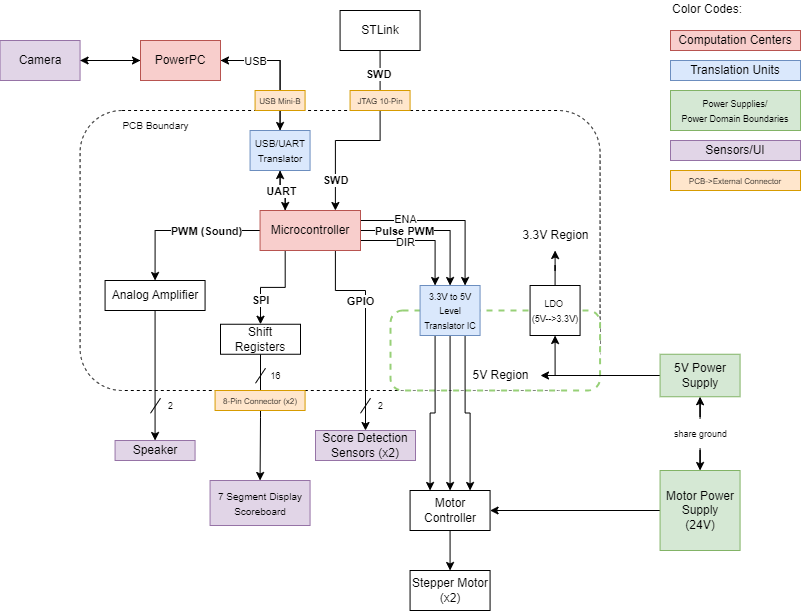
This is Hardware/477 Electrical Overview.drawio.png from CameronMccutcheon02/ECE477, a draw.io export, as it was before one commit. Source tidied: cells renumbered, new cells last; positions are measured from the earlier drawing's top-left corner, leaving out a move shared by most shapes. Its diagram source:
```xml
<mxGraphModel>
  <root>
    <mxCell id="0" />
    <mxCell id="1" parent="0" />
    <mxCell id="2" style="rounded=1;whiteSpace=wrap;html=1;dashed=1;" parent="1" vertex="1">
      <mxGeometry x="79.6" y="110" width="520" height="280" as="geometry" />
    </mxCell>
    <mxCell id="3" style="rounded=1;whiteSpace=wrap;html=1;dashed=1;strokeColor=#97D077;strokeWidth=2;fillColor=default;perimeterSpacing=0;" parent="1" vertex="1">
      <mxGeometry x="390" y="310" width="209.6" height="80" as="geometry" />
    </mxCell>
    <mxCell id="4" style="edgeStyle=orthogonalEdgeStyle;rounded=0;jettySize=auto;html=1;exitX=1;exitY=0.5;exitDx=0;exitDy=0;entryX=0.5;entryY=0;entryDx=0;entryDy=0;" parent="1" edge="1" source="6" target="29">
      <mxGeometry relative="1" as="geometry" />
    </mxCell>
    <mxCell id="5" style="edgeStyle=orthogonalEdgeStyle;rounded=0;jettySize=auto;html=1;exitX=0;exitY=0.5;exitDx=0;exitDy=0;entryX=1;entryY=0.5;entryDx=0;entryDy=0;" parent="1" edge="1" source="6" target="24">
      <mxGeometry relative="1" as="geometry" />
    </mxCell>
    <mxCell id="6" value="PowerPC" style="rounded=0;whiteSpace=wrap;html=1;fillColor=#f8cecc;strokeColor=#b85450;" parent="1" vertex="1">
      <mxGeometry x="140" y="40" width="80" height="40" as="geometry" />
    </mxCell>
    <mxCell id="7" style="edgeStyle=orthogonalEdgeStyle;rounded=0;jettySize=auto;html=1;exitX=0.25;exitY=0;exitDx=0;exitDy=0;entryX=0.5;entryY=1;entryDx=0;entryDy=0;" parent="1" edge="1" source="20" target="29">
      <mxGeometry relative="1" as="geometry" />
    </mxCell>
    <mxCell id="8" style="edgeStyle=orthogonalEdgeStyle;rounded=0;jettySize=auto;html=1;exitX=1;exitY=0.5;exitDx=0;exitDy=0;entryX=0.5;entryY=0;entryDx=0;entryDy=0;" parent="1" edge="1" source="20" target="35">
      <mxGeometry relative="1" as="geometry" />
    </mxCell>
    <mxCell id="9" value="Pulse PWM" style="edgeLabel;html=1;align=center;verticalAlign=middle;fontStyle=1;" parent="8" vertex="1">
      <mxGeometry x="-0.34" y="1" relative="1" as="geometry">
        <mxPoint x="-5" y="1" as="offset" />
      </mxGeometry>
    </mxCell>
    <mxCell id="10" style="edgeStyle=orthogonalEdgeStyle;rounded=0;jettySize=auto;html=1;exitX=0.75;exitY=1;exitDx=0;exitDy=0;entryX=0.5;entryY=0;entryDx=0;entryDy=0;" parent="1" edge="1" source="20" target="38">
      <mxGeometry relative="1" as="geometry">
        <Array as="points">
          <mxPoint x="335" y="290" />
          <mxPoint x="365" y="290" />
        </Array>
      </mxGeometry>
    </mxCell>
    <mxCell id="11" value="GPIO" style="edgeLabel;html=1;align=center;verticalAlign=middle;fontStyle=1;" parent="10" vertex="1">
      <mxGeometry x="-0.6" y="-1" relative="1" as="geometry">
        <mxPoint x="23" y="9" as="offset" />
      </mxGeometry>
    </mxCell>
    <mxCell id="12" style="edgeStyle=orthogonalEdgeStyle;rounded=0;jettySize=auto;html=1;exitX=0.25;exitY=1;exitDx=0;exitDy=0;entryX=0.5;entryY=0;entryDx=0;entryDy=0;" parent="1" edge="1" source="20" target="41">
      <mxGeometry relative="1" as="geometry" />
    </mxCell>
    <mxCell id="13" value="SPI" style="edgeLabel;html=1;align=center;verticalAlign=middle;fontStyle=1;" parent="12" vertex="1">
      <mxGeometry x="0.1" y="1" relative="1" as="geometry">
        <mxPoint x="-8" y="12" as="offset" />
      </mxGeometry>
    </mxCell>
    <mxCell id="14" style="edgeStyle=orthogonalEdgeStyle;rounded=0;jettySize=auto;html=1;exitX=0;exitY=0.5;exitDx=0;exitDy=0;entryX=0.5;entryY=0;entryDx=0;entryDy=0;" parent="1" edge="1" source="20" target="67">
      <mxGeometry relative="1" as="geometry" />
    </mxCell>
    <mxCell id="15" value="PWM (Sound)" style="edgeLabel;html=1;align=center;verticalAlign=middle;fontStyle=1;" parent="14" vertex="1">
      <mxGeometry x="-0.09" relative="1" as="geometry">
        <mxPoint x="17" as="offset" />
      </mxGeometry>
    </mxCell>
    <mxCell id="16" style="edgeStyle=orthogonalEdgeStyle;rounded=0;jettySize=auto;html=1;exitX=1;exitY=0.75;exitDx=0;exitDy=0;entryX=0.25;entryY=0;entryDx=0;entryDy=0;" parent="1" edge="1" source="20" target="35">
      <mxGeometry relative="1" as="geometry" />
    </mxCell>
    <mxCell id="17" value="DIR" style="edgeLabel;html=1;align=center;verticalAlign=middle;" parent="16" vertex="1">
      <mxGeometry x="-0.27" relative="1" as="geometry">
        <mxPoint y="1" as="offset" />
      </mxGeometry>
    </mxCell>
    <mxCell id="18" style="edgeStyle=orthogonalEdgeStyle;rounded=0;jettySize=auto;html=1;exitX=1;exitY=0.25;exitDx=0;exitDy=0;entryX=0.75;entryY=0;entryDx=0;entryDy=0;" parent="1" edge="1" source="20" target="35">
      <mxGeometry relative="1" as="geometry" />
    </mxCell>
    <mxCell id="19" value="ENA" style="edgeLabel;html=1;align=center;verticalAlign=middle;" parent="18" vertex="1">
      <mxGeometry x="-0.65" y="1" relative="1" as="geometry">
        <mxPoint x="14" y="-1" as="offset" />
      </mxGeometry>
    </mxCell>
    <mxCell id="20" value="Microcontroller" style="whiteSpace=wrap;html=1;fillColor=#f8cecc;strokeColor=#b85450;" parent="1" vertex="1">
      <mxGeometry x="259.6" y="210" width="100.4" height="40" as="geometry" />
    </mxCell>
    <mxCell id="21" style="edgeStyle=orthogonalEdgeStyle;rounded=0;jettySize=auto;html=1;exitX=0.5;exitY=1;exitDx=0;exitDy=0;entryX=0.5;entryY=0;entryDx=0;entryDy=0;" parent="1" edge="1" source="22" target="36">
      <mxGeometry relative="1" as="geometry" />
    </mxCell>
    <mxCell id="22" value="Motor Controller" style="whiteSpace=wrap;html=1;" parent="1" vertex="1">
      <mxGeometry x="409.6" y="490" width="80" height="40" as="geometry" />
    </mxCell>
    <mxCell id="23" style="edgeStyle=orthogonalEdgeStyle;rounded=0;jettySize=auto;html=1;exitX=1;exitY=0.5;exitDx=0;exitDy=0;entryX=0;entryY=0.5;entryDx=0;entryDy=0;" parent="1" edge="1" source="24" target="6">
      <mxGeometry relative="1" as="geometry" />
    </mxCell>
    <mxCell id="24" value="Camera" style="whiteSpace=wrap;html=1;fillColor=#e1d5e7;strokeColor=#9673a6;" parent="1" vertex="1">
      <mxGeometry x="-0.4" y="40" width="80" height="40" as="geometry" />
    </mxCell>
    <mxCell id="25" style="edgeStyle=orthogonalEdgeStyle;rounded=0;jettySize=auto;html=1;exitX=0.5;exitY=1;exitDx=0;exitDy=0;entryX=0.25;entryY=0;entryDx=0;entryDy=0;" parent="1" edge="1" source="29" target="20">
      <mxGeometry relative="1" as="geometry" />
    </mxCell>
    <mxCell id="26" value="UART" style="edgeLabel;html=1;align=center;verticalAlign=middle;fontStyle=1;" parent="25" vertex="1">
      <mxGeometry x="-0.09" relative="1" as="geometry" />
    </mxCell>
    <mxCell id="27" style="edgeStyle=orthogonalEdgeStyle;rounded=0;jettySize=auto;html=1;exitX=0.5;exitY=0;exitDx=0;exitDy=0;entryX=1;entryY=0.5;entryDx=0;entryDy=0;" parent="1" edge="1" source="29" target="6">
      <mxGeometry relative="1" as="geometry" />
    </mxCell>
    <mxCell id="28" value="USB" style="edgeLabel;html=1;align=center;verticalAlign=middle;" parent="27" vertex="1">
      <mxGeometry x="0.51" y="-2" relative="1" as="geometry">
        <mxPoint x="3" y="2" as="offset" />
      </mxGeometry>
    </mxCell>
    <mxCell id="29" value="&lt;font style=&quot;font-size: 10px;&quot;&gt;USB/UART Translator&lt;/font&gt;" style="rounded=0;whiteSpace=wrap;html=1;fillColor=#dae8fc;strokeColor=#6c8ebf;" parent="1" vertex="1">
      <mxGeometry x="249.6" y="130" width="60" height="40" as="geometry" />
    </mxCell>
    <mxCell id="30" style="edgeStyle=orthogonalEdgeStyle;rounded=0;jettySize=auto;html=1;exitX=0;exitY=0.5;exitDx=0;exitDy=0;entryX=1;entryY=0.5;entryDx=0;entryDy=0;" parent="1" edge="1" source="31" target="22">
      <mxGeometry relative="1" as="geometry" />
    </mxCell>
    <mxCell id="31" value="Motor Power Supply&lt;br&gt;(24V)" style="whiteSpace=wrap;html=1;fillColor=#d5e8d4;strokeColor=#82b366;" parent="1" vertex="1">
      <mxGeometry x="659.6" y="470" width="80" height="80" as="geometry" />
    </mxCell>
    <mxCell id="32" style="edgeStyle=orthogonalEdgeStyle;rounded=0;jettySize=auto;html=1;exitX=0.5;exitY=1;exitDx=0;exitDy=0;entryX=0.5;entryY=0;entryDx=0;entryDy=0;" parent="1" edge="1" source="35" target="22">
      <mxGeometry relative="1" as="geometry" />
    </mxCell>
    <mxCell id="33" style="edgeStyle=orthogonalEdgeStyle;rounded=0;jettySize=auto;html=1;exitX=0.75;exitY=1;exitDx=0;exitDy=0;entryX=0.75;entryY=0;entryDx=0;entryDy=0;" parent="1" edge="1" source="35" target="22">
      <mxGeometry relative="1" as="geometry" />
    </mxCell>
    <mxCell id="34" style="edgeStyle=orthogonalEdgeStyle;rounded=0;jettySize=auto;html=1;exitX=0.25;exitY=1;exitDx=0;exitDy=0;entryX=0.25;entryY=0;entryDx=0;entryDy=0;" parent="1" edge="1" source="35" target="22">
      <mxGeometry relative="1" as="geometry" />
    </mxCell>
    <mxCell id="35" value="&lt;font style=&quot;font-size: 9px;&quot;&gt;3.3V to 5V Level Translator IC&lt;/font&gt;" style="rounded=0;whiteSpace=wrap;html=1;fillColor=#dae8fc;strokeColor=#6c8ebf;" parent="1" vertex="1">
      <mxGeometry x="419.6" y="285" width="60" height="50" as="geometry" />
    </mxCell>
    <mxCell id="36" value="Stepper Motor (x2)" style="whiteSpace=wrap;html=1;" parent="1" vertex="1">
      <mxGeometry x="409.6" y="570" width="80" height="40" as="geometry" />
    </mxCell>
    <mxCell id="37" value="&lt;font style=&quot;font-size: 10px;&quot;&gt;PCB Boundary&lt;/font&gt;" style="text;html=1;align=center;verticalAlign=middle;strokeColor=none;fillColor=none;" parent="1" vertex="1">
      <mxGeometry x="109.6" y="110" width="90" height="30" as="geometry" />
    </mxCell>
    <mxCell id="38" value="Score Detection Sensors (x2)" style="whiteSpace=wrap;html=1;fillColor=#e1d5e7;strokeColor=#9673a6;" parent="1" vertex="1">
      <mxGeometry x="315" y="430" width="100" height="30" as="geometry" />
    </mxCell>
    <mxCell id="39" value="&lt;font style=&quot;font-size: 10px;&quot;&gt;7 Segment Display Scoreboard&lt;/font&gt;" style="whiteSpace=wrap;html=1;fillColor=#e1d5e7;strokeColor=#9673a6;" parent="1" vertex="1">
      <mxGeometry x="209.6" y="480" width="100" height="45" as="geometry" />
    </mxCell>
    <mxCell id="40" style="edgeStyle=orthogonalEdgeStyle;rounded=0;jettySize=auto;html=1;exitX=0.5;exitY=1;exitDx=0;exitDy=0;entryX=0.5;entryY=0;entryDx=0;entryDy=0;" parent="1" edge="1" source="41" target="39">
      <mxGeometry relative="1" as="geometry" />
    </mxCell>
    <mxCell id="41" value="Shift Registers" style="whiteSpace=wrap;html=1;" parent="1" vertex="1">
      <mxGeometry x="220" y="323.8" width="80" height="30" as="geometry" />
    </mxCell>
    <mxCell id="42" value="3.3V Region" style="text;html=1;align=center;verticalAlign=middle;points=[];strokeColor=none;fillColor=none;" parent="1" vertex="1">
      <mxGeometry x="509.6" y="220" width="90" height="30" as="geometry" />
    </mxCell>
    <mxCell id="43" style="edgeStyle=orthogonalEdgeStyle;rounded=0;jettySize=auto;html=1;exitX=0;exitY=0.5;exitDx=0;exitDy=0;entryX=0.5;entryY=1;entryDx=0;entryDy=0;" parent="1" edge="1" source="45" target="47">
      <mxGeometry relative="1" as="geometry" />
    </mxCell>
    <mxCell id="44" style="edgeStyle=orthogonalEdgeStyle;rounded=0;jettySize=auto;html=1;exitX=0;exitY=0.5;exitDx=0;exitDy=0;" parent="1" edge="1" source="45" target="48">
      <mxGeometry relative="1" as="geometry" />
    </mxCell>
    <mxCell id="45" value="5V Power Supply" style="whiteSpace=wrap;html=1;fillColor=#d5e8d4;strokeColor=#82b366;" parent="1" vertex="1">
      <mxGeometry x="659.6" y="353.8" width="80" height="42.5" as="geometry" />
    </mxCell>
    <mxCell id="46" style="edgeStyle=orthogonalEdgeStyle;rounded=0;jettySize=auto;html=1;exitX=0.5;exitY=0;exitDx=0;exitDy=0;" parent="1" edge="1" source="47" target="42">
      <mxGeometry relative="1" as="geometry" />
    </mxCell>
    <mxCell id="47" value="&lt;font style=&quot;font-size: 9px;&quot;&gt;LDO&amp;nbsp;&lt;br&gt;(5V--&amp;gt;3.3V)&lt;/font&gt;" style="whiteSpace=wrap;html=1;" parent="1" vertex="1">
      <mxGeometry x="529.6" y="285" width="50" height="50" as="geometry" />
    </mxCell>
    <mxCell id="48" value="5V Region" style="text;html=1;align=center;verticalAlign=middle;points=[];strokeColor=none;fillColor=none;" parent="1" vertex="1">
      <mxGeometry x="460" y="360" width="80" height="30" as="geometry" />
    </mxCell>
    <mxCell id="49" style="edgeStyle=orthogonalEdgeStyle;rounded=0;jettySize=auto;html=1;entryX=0.5;entryY=0;entryDx=0;entryDy=0;" parent="1" edge="1" source="51" target="31">
      <mxGeometry relative="1" as="geometry" />
    </mxCell>
    <mxCell id="50" style="edgeStyle=orthogonalEdgeStyle;rounded=0;jettySize=auto;html=1;entryX=0.5;entryY=1;entryDx=0;entryDy=0;" parent="1" edge="1" source="51" target="45">
      <mxGeometry relative="1" as="geometry" />
    </mxCell>
    <mxCell id="51" value="&lt;font style=&quot;font-size: 9px;&quot;&gt;share ground&lt;/font&gt;" style="text;html=1;align=center;verticalAlign=middle;points=[];strokeColor=none;fillColor=none;" parent="1" vertex="1">
      <mxGeometry x="659.6" y="418" width="80" height="30" as="geometry" />
    </mxCell>
    <mxCell id="52" style="edgeStyle=orthogonalEdgeStyle;rounded=0;jettySize=auto;html=1;exitX=0.5;exitY=1;exitDx=0;exitDy=0;entryX=0.75;entryY=0;entryDx=0;entryDy=0;" parent="1" edge="1" source="55" target="20">
      <mxGeometry relative="1" as="geometry">
        <Array as="points">
          <mxPoint x="379.6" y="140" />
          <mxPoint x="334.6" y="140" />
        </Array>
      </mxGeometry>
    </mxCell>
    <mxCell id="53" value="SWD" style="edgeLabel;html=1;align=center;verticalAlign=middle;fontStyle=1;" parent="52" vertex="1">
      <mxGeometry x="-0.78" y="-2" relative="1" as="geometry" />
    </mxCell>
    <mxCell id="54" value="SWD" style="edgeLabel;html=1;align=center;verticalAlign=middle;fontStyle=1;" parent="52" vertex="1">
      <mxGeometry x="0.53" relative="1" as="geometry">
        <mxPoint y="18" as="offset" />
      </mxGeometry>
    </mxCell>
    <mxCell id="55" value="STLink" style="whiteSpace=wrap;html=1;" parent="1" vertex="1">
      <mxGeometry x="339.6" y="10" width="80" height="40" as="geometry" />
    </mxCell>
    <mxCell id="56" value="&lt;font style=&quot;font-size: 8px;&quot;&gt;USB Mini-B&lt;/font&gt;" style="whiteSpace=wrap;html=1;fillColor=#ffe6cc;strokeColor=#d79b00;" parent="1" vertex="1">
      <mxGeometry x="254.6" y="90" width="50" height="20" as="geometry" />
    </mxCell>
    <mxCell id="57" value="&lt;font style=&quot;font-size: 8px;&quot;&gt;JTAG 10-Pin&lt;/font&gt;" style="whiteSpace=wrap;html=1;fillColor=#ffe6cc;strokeColor=#d79b00;" parent="1" vertex="1">
      <mxGeometry x="349.6" y="90" width="60" height="20" as="geometry" />
    </mxCell>
    <mxCell id="58" value="&lt;font style=&quot;font-size: 8px;&quot;&gt;8-Pin Connector (x2)&lt;/font&gt;" style="whiteSpace=wrap;html=1;fillColor=#ffe6cc;strokeColor=#d79b00;" parent="1" vertex="1">
      <mxGeometry x="214.6" y="390" width="90" height="20" as="geometry" />
    </mxCell>
    <mxCell id="59" style="group;" parent="1" vertex="1">
      <mxGeometry x="670" width="130" height="190" as="geometry" />
    </mxCell>
    <mxCell id="60" value="&lt;font style=&quot;font-size: 8px;&quot;&gt;PCB-&amp;gt;External Connector&lt;/font&gt;" style="whiteSpace=wrap;html=1;fillColor=#ffe6cc;strokeColor=#d79b00;" parent="59" vertex="1">
      <mxGeometry y="170" width="130" height="20" as="geometry" />
    </mxCell>
    <mxCell id="61" value="Color Codes:&lt;br&gt;" style="text;html=1;align=left;verticalAlign=middle;strokeColor=none;fillColor=none;" parent="59" vertex="1">
      <mxGeometry width="80" height="17" as="geometry" />
    </mxCell>
    <mxCell id="62" value="Computation Centers" style="whiteSpace=wrap;html=1;fillColor=#f8cecc;strokeColor=#b85450;" parent="59" vertex="1">
      <mxGeometry y="30" width="130" height="20" as="geometry" />
    </mxCell>
    <mxCell id="63" value="Translation Units" style="whiteSpace=wrap;html=1;fillColor=#dae8fc;strokeColor=#6c8ebf;" parent="59" vertex="1">
      <mxGeometry y="60" width="130" height="20" as="geometry" />
    </mxCell>
    <mxCell id="64" value="&lt;font style=&quot;font-size: 9px;&quot;&gt;Power Supplies/&lt;br&gt;Power Domain Boundaries&lt;/font&gt;" style="whiteSpace=wrap;html=1;fillColor=#d5e8d4;strokeColor=#82b366;" parent="59" vertex="1">
      <mxGeometry y="90" width="130" height="40" as="geometry" />
    </mxCell>
    <mxCell id="65" value="Sensors/UI" style="whiteSpace=wrap;html=1;fillColor=#e1d5e7;strokeColor=#9673a6;" parent="59" vertex="1">
      <mxGeometry y="140" width="130" height="20" as="geometry" />
    </mxCell>
    <mxCell id="66" style="edgeStyle=orthogonalEdgeStyle;rounded=0;jettySize=auto;html=1;exitX=0.5;exitY=1;exitDx=0;exitDy=0;entryX=0.5;entryY=0;entryDx=0;entryDy=0;" parent="1" edge="1" source="67" target="68">
      <mxGeometry relative="1" as="geometry" />
    </mxCell>
    <mxCell id="67" value="Analog Amplifier" style="whiteSpace=wrap;html=1;" parent="1" vertex="1">
      <mxGeometry x="104.6" y="280" width="100" height="30" as="geometry" />
    </mxCell>
    <mxCell id="68" value="Speaker" style="whiteSpace=wrap;html=1;fillColor=#e1d5e7;strokeColor=#9673a6;" parent="1" vertex="1">
      <mxGeometry x="114.6" y="440" width="80" height="20" as="geometry" />
    </mxCell>
    <mxCell id="69" style="group;" parent="1" vertex="1">
      <mxGeometry x="360" y="390" width="39" height="30" as="geometry" />
    </mxCell>
    <mxCell id="70" style="endArrow=none;html=1;rounded=0;" parent="69" edge="1">
      <mxGeometry relative="1" as="geometry">
        <mxPoint y="22.8" as="sourcePoint" />
        <mxPoint x="10" y="7.8" as="targetPoint" />
      </mxGeometry>
    </mxCell>
    <mxCell id="71" value="&lt;font style=&quot;font-size: 9px;&quot;&gt;2&lt;/font&gt;" style="text;html=1;align=center;verticalAlign=middle;strokeColor=none;fillColor=none;" parent="69" vertex="1">
      <mxGeometry x="4.5" width="30" height="30" as="geometry" />
    </mxCell>
    <mxCell id="72" style="group;" parent="1" vertex="1">
      <mxGeometry x="150" y="390" width="39" height="30" as="geometry" />
    </mxCell>
    <mxCell id="73" style="endArrow=none;html=1;rounded=0;" parent="72" edge="1">
      <mxGeometry relative="1" as="geometry">
        <mxPoint y="22.8" as="sourcePoint" />
        <mxPoint x="10" y="7.8" as="targetPoint" />
      </mxGeometry>
    </mxCell>
    <mxCell id="74" value="&lt;font style=&quot;font-size: 9px;&quot;&gt;2&lt;/font&gt;" style="text;html=1;align=center;verticalAlign=middle;strokeColor=none;fillColor=none;" parent="72" vertex="1">
      <mxGeometry x="4.5" width="30" height="30" as="geometry" />
    </mxCell>
    <mxCell id="75" style="group;" parent="1" vertex="1">
      <mxGeometry x="255" y="360" width="39" height="30" as="geometry" />
    </mxCell>
    <mxCell id="76" style="endArrow=none;html=1;rounded=0;" parent="75" edge="1">
      <mxGeometry relative="1" as="geometry">
        <mxPoint y="22.8" as="sourcePoint" />
        <mxPoint x="10" y="7.8" as="targetPoint" />
      </mxGeometry>
    </mxCell>
    <mxCell id="77" value="&lt;font style=&quot;font-size: 9px;&quot;&gt;16&lt;br&gt;&lt;/font&gt;" style="text;html=1;align=center;verticalAlign=middle;strokeColor=none;fillColor=none;" parent="75" vertex="1">
      <mxGeometry x="4.5" width="30" height="30" as="geometry" />
    </mxCell>
  </root>
</mxGraphModel>
```
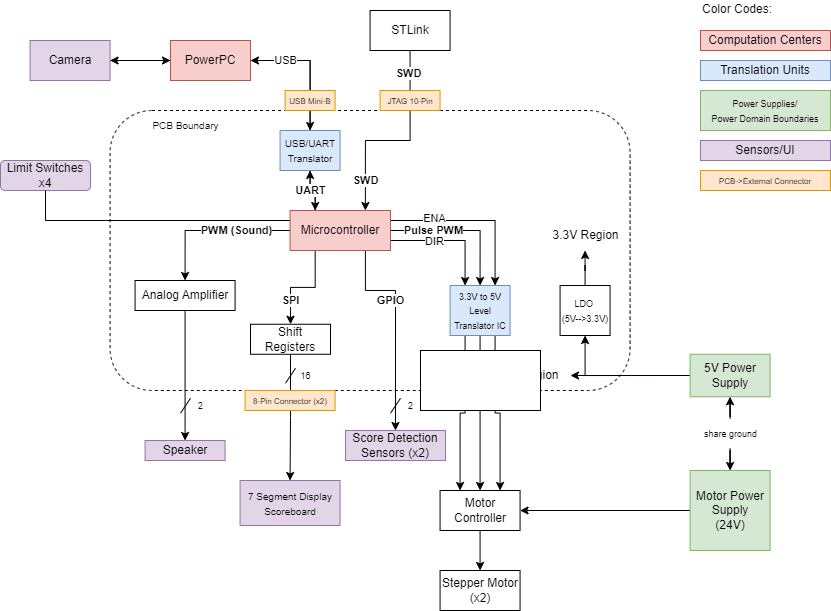
Above is the later version.

What changed in the source:
```diff
@@ -5,8 +5,8 @@
     <mxCell id="2" style="rounded=1;whiteSpace=wrap;html=1;dashed=1;" parent="1" vertex="1">
       <mxGeometry x="79.6" y="110" width="520" height="280" as="geometry" />
     </mxCell>
-    <mxCell id="3" style="rounded=1;whiteSpace=wrap;html=1;dashed=1;strokeColor=#97D077;strokeWidth=2;fillColor=default;perimeterSpacing=0;" parent="1" vertex="1">
-      <mxGeometry x="390" y="310" width="209.6" height="80" as="geometry" />
+    <mxCell id="3" value="Limit Switches x4" style="rounded=1;whiteSpace=wrap;html=1;strokeColor=#9673a6;strokeWidth=1;fillColor=#e1d5e7;perimeterSpacing=0;" parent="1" vertex="1">
+      <mxGeometry x="-30" y="160" width="90" height="30" as="geometry" />
     </mxCell>
     <mxCell id="4" style="edgeStyle=orthogonalEdgeStyle;rounded=0;jettySize=auto;html=1;exitX=1;exitY=0.5;exitDx=0;exitDy=0;entryX=0.5;entryY=0;entryDx=0;entryDy=0;" parent="1" edge="1" source="6" target="29">
       <mxGeometry relative="1" as="geometry" />
@@ -73,6 +73,9 @@
         <mxPoint x="14" y="-1" as="offset" />
       </mxGeometry>
     </mxCell>
+    <mxCell id="78" style="edgeStyle=orthogonalEdgeStyle;rounded=0;jettySize=auto;html=1;exitX=0;exitY=0.25;exitDx=0;exitDy=0;endArrow=none;endFill=0;" parent="1" edge="1" source="20" target="3">
+      <mxGeometry relative="1" as="geometry" />
+    </mxCell>
     <mxCell id="20" value="Microcontroller" style="whiteSpace=wrap;html=1;fillColor=#f8cecc;strokeColor=#b85450;" parent="1" vertex="1">
       <mxGeometry x="259.6" y="210" width="100.4" height="40" as="geometry" />
     </mxCell>
@@ -265,5 +268,8 @@
     <mxCell id="77" value="&lt;font style=&quot;font-size: 9px;&quot;&gt;16&lt;br&gt;&lt;/font&gt;" style="text;html=1;align=center;verticalAlign=middle;strokeColor=none;fillColor=none;" parent="75" vertex="1">
       <mxGeometry x="4.5" width="30" height="30" as="geometry" />
     </mxCell>
+    <mxCell id="79" style="rounded=0;whiteSpace=wrap;html=1;" parent="1" vertex="1">
+      <mxGeometry x="390" y="350" width="120" height="60" as="geometry" />
+    </mxCell>
   </root>
 </mxGraphModel>
```
